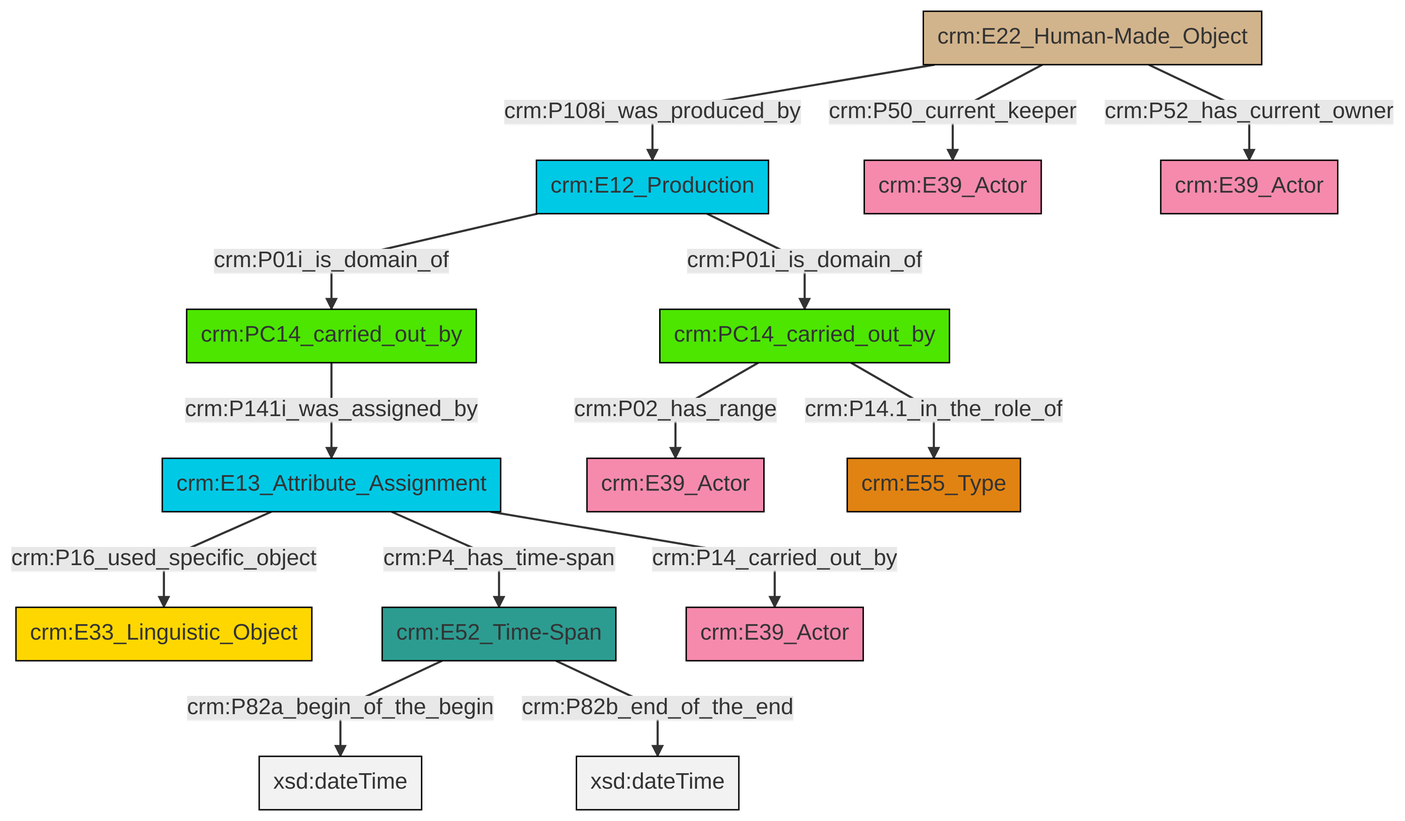
Earlier version of the Mermaid export et/carrierCSV/ttl/mmd/png/carrier_relations.png (swiss-art-research-net/docs.swissartresearch). Its source is kept beside it as et/carrierCSV/ttl/mmd/carrier_relations.ttl.mmd.
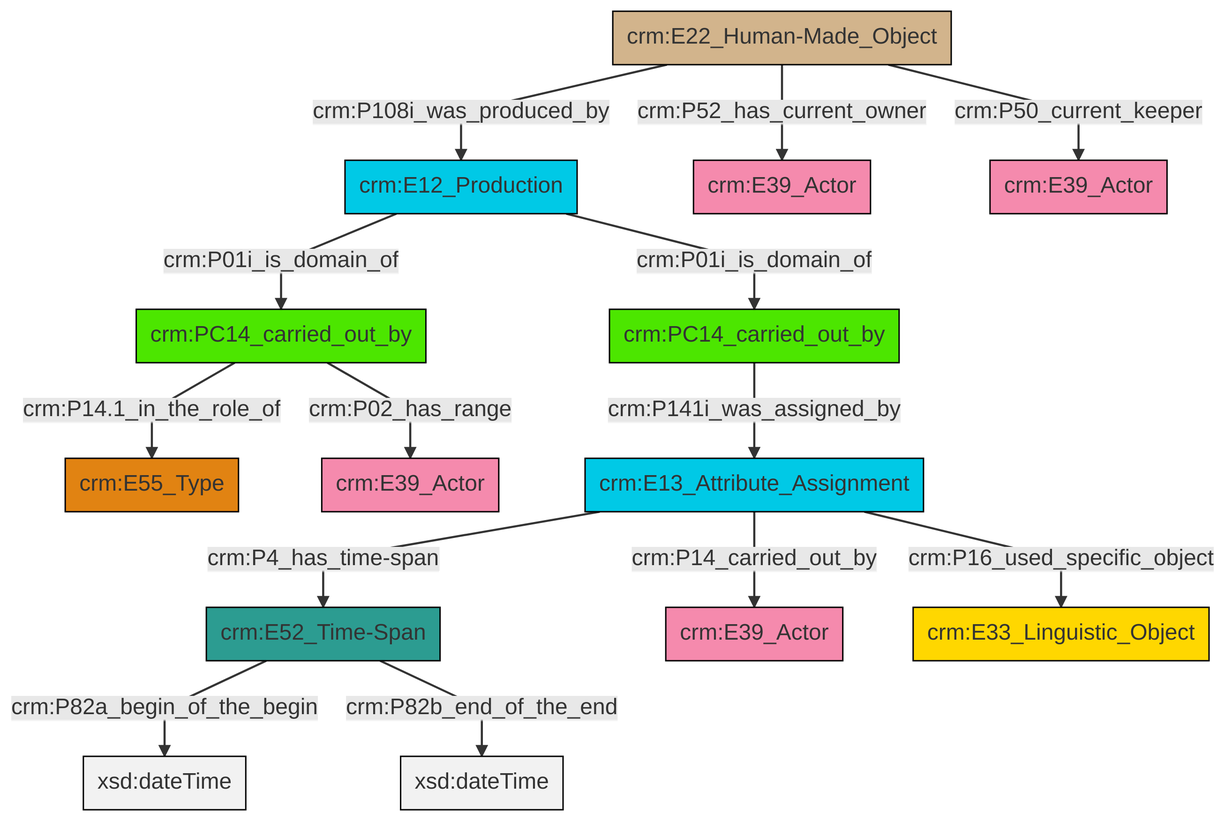
Later version of the same file.

What changed in the source:
```diff
@@ -13,16 +13,16 @@
 classDef PC_Classes fill:#4ce600, stroke:#000000;
 classDef Multi fill:#cccccc,stroke:#000000;
 
-2["crm:E12_Production"]:::Temporal_Entity -->|crm:P01i_is_domain_of| 0["crm:PC14_carried_out_by"]:::PC_Classes
-3["crm:E22_Human-Made_Object"]:::Physical_Thing -->|crm:P108i_was_produced_by| 2["crm:E12_Production"]:::Temporal_Entity
-6["crm:PC14_carried_out_by"]:::PC_Classes -->|crm:P02_has_range| 7["crm:E39_Actor"]:::Actor
-16["crm:E13_Attribute_Assignment"]:::Temporal_Entity -->|crm:P16_used_specific_object| 13["crm:E33_Linguistic_Object"]:::Conceptual_Object
-6["crm:PC14_carried_out_by"]:::PC_Classes -->|crm:P14.1_in_the_role_of| 20["crm:E55_Type"]:::Type
-16["crm:E13_Attribute_Assignment"]:::Temporal_Entity -->|crm:P4_has_time-span| 9["crm:E52_Time-Span"]:::Time-Span
-2["crm:E12_Production"]:::Temporal_Entity -->|crm:P01i_is_domain_of| 6["crm:PC14_carried_out_by"]:::PC_Classes
-0["crm:PC14_carried_out_by"]:::PC_Classes -->|crm:P141i_was_assigned_by| 16["crm:E13_Attribute_Assignment"]:::Temporal_Entity
-9["crm:E52_Time-Span"]:::Time-Span -->|crm:P82a_begin_of_the_begin| 21[xsd:dateTime]:::Literal
-16["crm:E13_Attribute_Assignment"]:::Temporal_Entity -->|crm:P14_carried_out_by| 18["crm:E39_Actor"]:::Actor
-3["crm:E22_Human-Made_Object"]:::Physical_Thing -->|crm:P50_current_keeper| 4["crm:E39_Actor"]:::Actor
-3["crm:E22_Human-Made_Object"]:::Physical_Thing -->|crm:P52_has_current_owner| 11["crm:E39_Actor"]:::Actor
-9["crm:E52_Time-Span"]:::Time-Span -->|crm:P82b_end_of_the_end| 25[xsd:dateTime]:::Literal
+2["crm:PC14_carried_out_by"]:::PC_Classes -->|crm:P14.1_in_the_role_of| 3["crm:E55_Type"]:::Type
+4["crm:E52_Time-Span"]:::Time-Span -->|crm:P82a_begin_of_the_begin| 5[xsd:dateTime]:::Literal
+6["crm:E13_Attribute_Assignment"]:::Temporal_Entity -->|crm:P4_has_time-span| 4["crm:E52_Time-Span"]:::Time-Span
+7["crm:E22_Human-Made_Object"]:::Physical_Thing -->|crm:P108i_was_produced_by| 8["crm:E12_Production"]:::Temporal_Entity
+2["crm:PC14_carried_out_by"]:::PC_Classes -->|crm:P02_has_range| 9["crm:E39_Actor"]:::Actor
+8["crm:E12_Production"]:::Temporal_Entity -->|crm:P01i_is_domain_of| 2["crm:PC14_carried_out_by"]:::PC_Classes
+6["crm:E13_Attribute_Assignment"]:::Temporal_Entity -->|crm:P14_carried_out_by| 13["crm:E39_Actor"]:::Actor
+7["crm:E22_Human-Made_Object"]:::Physical_Thing -->|crm:P52_has_current_owner| 15["crm:E39_Actor"]:::Actor
+7["crm:E22_Human-Made_Object"]:::Physical_Thing -->|crm:P50_current_keeper| 18["crm:E39_Actor"]:::Actor
+20["crm:PC14_carried_out_by"]:::PC_Classes -->|crm:P141i_was_assigned_by| 6["crm:E13_Attribute_Assignment"]:::Temporal_Entity
+4["crm:E52_Time-Span"]:::Time-Span -->|crm:P82b_end_of_the_end| 21[xsd:dateTime]:::Literal
+6["crm:E13_Attribute_Assignment"]:::Temporal_Entity -->|crm:P16_used_specific_object| 0["crm:E33_Linguistic_Object"]:::Conceptual_Object
+8["crm:E12_Production"]:::Temporal_Entity -->|crm:P01i_is_domain_of| 20["crm:PC14_carried_out_by"]:::PC_Classes
```
